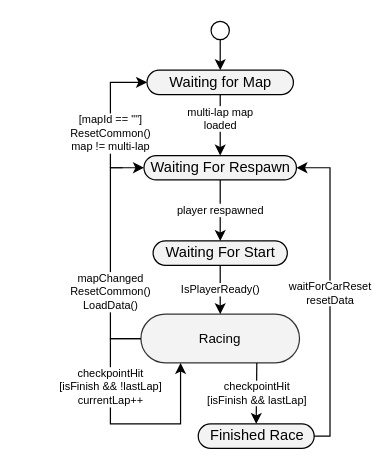
Before: diagrams/drawio/state_machine.drawio in nolanvargas/Weekly-Grand-Splits, a draw.io diagram. Source tidied: cells renumbered, new cells numbered last; positions are measured from the earlier drawing's top-left corner, leaving out a move shared by most shapes. Both pictures are drawn from the tidied source at 122%, with x=0, y=0 at pixel (110, 21).
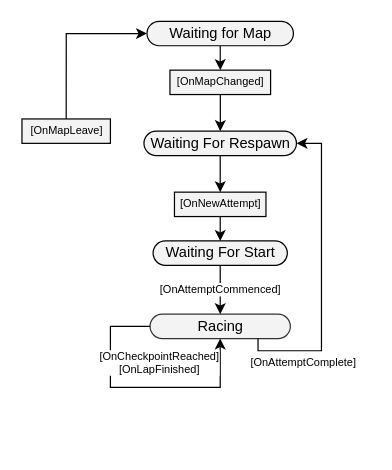
The same diagram, later.

The change refers to these unchanged cells:
```xml
<mxCell id="14" value="Waiting For Start" style="html=1;dashed=0;whitespace=wrap;shape=mxgraph.dfd.start;fillColor=#F3F3F3;" parent="1" vertex="1">
  <mxGeometry x="35" y="180" width="110" height="20" as="geometry" />
</mxCell>
```

The edit, as a diff of the source:
```diff
@@
-    <mxCell id="2" value="&lt;span style=&quot;font-weight: normal;&quot;&gt;Racing&lt;/span&gt;" style="rounded=1;whiteSpace=wrap;html=1;arcSize=50;fillColor=#f3f3f3;strokeColor=#333333;fontFamily=Helvetica;fontSize=11;fontStyle=1;" parent="1" vertex="1">
-      <mxGeometry x="25" y="240" width="130" height="40" as="geometry" />
+    <mxCell id="2" value="&lt;span style=&quot;font-weight: normal;&quot;&gt;Racing&lt;/span&gt;" style="rounded=1;whiteSpace=wrap;html=1;arcSize=50;fillColor=#f3f3f3;strokeColor=#333333;fontFamily=Helvetica;fontSize=12;fontStyle=1;" parent="1" vertex="1">
+      <mxGeometry x="32.5" y="240" width="115" height="20" as="geometry" />
     </mxCell>
-    <mxCell id="3" style="rounded=0;jettySize=auto;html=1;fontSize=9;fontFamily=Helvetica;exitX=0.5;exitY=1;exitDx=0;exitDy=0;entryX=0.5;entryY=0.5;entryDx=0;entryDy=-10;entryPerimeter=0;" parent="1" edge="1" source="11" target="12">
-      <mxGeometry relative="1" as="geometry" />
-    </mxCell>
-    <mxCell id="4" value="multi-lap map&lt;div&gt;loaded&lt;/div&gt;" style="rounded=0;jettySize=auto;html=1;fontSize=9;fontFamily=Helvetica;exitX=0.5;exitY=0.5;exitDx=0;exitDy=10;exitPerimeter=0;entryX=0.5;entryY=0.5;entryDx=0;entryDy=-10;entryPerimeter=0;startArrow=none;startFill=0;" parent="1" edge="1" source="12" target="13">
+    <mxCell id="4" style="rounded=0;jettySize=auto;html=1;fontSize=9;fontFamily=Helvetica;exitX=0.5;exitY=0.5;exitDx=0;exitDy=10;exitPerimeter=0;entryX=0.5;entryY=0;entryDx=0;entryDy=0;startArrow=none;startFill=0;" parent="1" edge="1" source="12" target="20">
       <mxGeometry x="-0.2" relative="1" as="geometry" />
     </mxCell>
-    <mxCell id="5" value="IsPlayerReady()" style="rounded=0;jettySize=auto;html=1;fontSize=9;fontFamily=Helvetica;exitX=0.5;exitY=0.5;exitDx=0;exitDy=10;exitPerimeter=0;" parent="1" edge="1" source="14" target="2">
+    <mxCell id="5" value="[OnAttemptCommenced]" style="rounded=0;jettySize=auto;html=1;fontSize=9;fontFamily=Helvetica;exitX=0.5;exitY=0.5;exitDx=0;exitDy=10;exitPerimeter=0;" parent="1" edge="1" source="14" target="2">
       <mxGeometry relative="1" as="geometry" />
     </mxCell>
-    <mxCell id="6" value="checkpointHit&lt;div&gt;[isFinish &amp;amp;&amp;amp; !lastLap]&lt;div&gt;currentLap++&lt;/div&gt;&lt;/div&gt;" style="rounded=0;orthogonalLoop=1;jettySize=auto;html=1;fontSize=9;fontFamily=Helvetica;exitX=0;exitY=0.5;exitDx=0;exitDy=0;edgeStyle=orthogonalEdgeStyle;entryX=0.25;entryY=1;entryDx=0;entryDy=0;" parent="1" edge="1" source="2" target="2">
-      <mxGeometry x="-0.36" relative="1" as="geometry">
+    <mxCell id="6" value="[OnCheckpointReached]&lt;div&gt;[OnLapFinished]&lt;/div&gt;" style="rounded=0;orthogonalLoop=1;jettySize=auto;html=1;fontSize=9;fontFamily=Helvetica;exitX=0;exitY=0.5;exitDx=0;exitDy=0;edgeStyle=orthogonalEdgeStyle;entryX=0.5;entryY=1;entryDx=0;entryDy=0;" parent="1" edge="1" source="2" target="2">
+      <mxGeometry x="0.15" y="20" relative="1" as="geometry">
         <Array as="points">
-          <mxPoint y="260" />
-          <mxPoint y="330" />
-          <mxPoint x="58" y="330" />
-          <mxPoint x="58" y="280" />
+          <mxPoint y="250" />
+          <mxPoint y="300" />
+          <mxPoint x="90" y="300" />
         </Array>
       </mxGeometry>
     </mxCell>
-    <mxCell id="7" value="checkpointHit&lt;div&gt;[isFinish &amp;amp;&amp;amp; lastLap]&lt;/div&gt;" style="rounded=0;jettySize=auto;html=1;fontSize=9;fontFamily=Helvetica;entryX=0.5;entryY=0.5;entryDx=0;entryDy=-10;entryPerimeter=0;" parent="1" edge="1" target="15">
-      <mxGeometry relative="1" as="geometry">
-        <mxPoint x="120" y="280" as="sourcePoint" />
+    <mxCell id="7" value="[OnAttemptComplete]" style="rounded=0;jettySize=auto;html=1;fontSize=9;fontFamily=Helvetica;entryX=1;entryY=0.5;entryDx=0;entryDy=0;entryPerimeter=0;edgeStyle=orthogonalEdgeStyle;" parent="1" edge="1" target="13">
+      <mxGeometry x="-0.63" y="-10" relative="1" as="geometry">
+        <mxPoint x="121" y="260" as="sourcePoint" />
+        <Array as="points">
+          <mxPoint x="121" y="270" />
+          <mxPoint x="173" y="270" />
+          <mxPoint x="173" y="100" />
+        </Array>
       </mxGeometry>
     </mxCell>
-    <mxCell id="8" value="waitForCarReset&lt;div&gt;resetData&lt;/div&gt;" style="rounded=0;jettySize=auto;html=1;fontSize=9;fontFamily=Helvetica;exitX=1;exitY=0.5;exitDx=0;exitDy=0;entryX=1;entryY=0.5;entryDx=0;entryDy=0;exitPerimeter=0;entryPerimeter=0;edgeStyle=orthogonalEdgeStyle;" parent="1" edge="1" source="15" target="13">
-      <mxGeometry relative="1" as="geometry">
-        <Array as="points">
-          <mxPoint x="180" y="340" />
-          <mxPoint x="180" y="120" />
-        </Array>
-      </mxGeometry>
-    </mxCell>
-    <mxCell id="9" value="[mapId == &quot;&quot;]&lt;div&gt;ResetCommon()&lt;/div&gt;&lt;div&gt;map != multi-lap&lt;/div&gt;" style="rounded=0;jettySize=auto;html=1;fontSize=9;fontFamily=Helvetica;entryX=0;entryY=0.5;entryDx=0;entryDy=0;entryPerimeter=0;edgeStyle=orthogonalEdgeStyle;" parent="1" edge="1" target="12">
-      <mxGeometry x="-0.31" relative="1" as="geometry">
-        <mxPoint x="10" y="120" as="sourcePoint" />
+    <mxCell id="9" style="rounded=0;jettySize=auto;html=1;fontSize=9;fontFamily=Helvetica;entryX=0;entryY=0.5;entryDx=0;entryDy=0;entryPerimeter=0;edgeStyle=orthogonalEdgeStyle;exitX=0.5;exitY=0;exitDx=0;exitDy=0;" parent="1" edge="1" source="17" target="12">
+      <mxGeometry x="-0.09" relative="1" as="geometry">
         <Array as="points">
-          <mxPoint y="120" />
-          <mxPoint y="50" />
+          <mxPoint x="-36" y="10" />
         </Array>
       </mxGeometry>
     </mxCell>
-    <mxCell id="10" value="mapChanged&lt;div&gt;ResetCommon()&lt;/div&gt;&lt;div&gt;LoadData()&lt;/div&gt;" style="rounded=0;jettySize=auto;html=1;fontSize=9;fontFamily=Helvetica;exitX=0;exitY=0.5;exitDx=0;exitDy=0;entryX=0;entryY=0.5;entryDx=0;entryDy=0;entryPerimeter=0;edgeStyle=orthogonalEdgeStyle;" parent="1" edge="1" source="2" target="13">
-      <mxGeometry x="-0.35" relative="1" as="geometry">
-        <Array as="points">
-          <mxPoint y="260" />
-          <mxPoint y="120" />
-        </Array>
-      </mxGeometry>
-    </mxCell>
-    <mxCell id="11" style="ellipse;whiteSpace=wrap;html=1;fillColor=none;" parent="1" vertex="1">
-      <mxGeometry x="82.5" width="15" height="15" as="geometry" />
-    </mxCell>
     <mxCell id="12" value="Waiting for Map" style="html=1;dashed=0;whitespace=wrap;shape=mxgraph.dfd.start;fillColor=#F3F3F3;" parent="1" vertex="1">
-      <mxGeometry x="30" y="40" width="120" height="20" as="geometry" />
+      <mxGeometry x="30" width="120" height="20" as="geometry" />
     </mxCell>
     <mxCell id="13" value="Waiting For Respawn" style="html=1;dashed=0;whitespace=wrap;shape=mxgraph.dfd.start;fillColor=#F3F3F3;" parent="1" vertex="1">
-      <mxGeometry x="27.5" y="110" width="125" height="20" as="geometry" />
+      <mxGeometry x="27.5" y="90" width="125" height="20" as="geometry" />
     </mxCell>
@@
-    <mxCell id="15" value="Finished Race" style="html=1;dashed=0;whitespace=wrap;shape=mxgraph.dfd.start;fillColor=#F3F3F3;" parent="1" vertex="1">
-      <mxGeometry x="72" y="330" width="95" height="20" as="geometry" />
-    </mxCell>
-    <mxCell id="16" value="player respawned" style="edgeStyle=orthogonalEdgeStyle;rounded=0;jettySize=auto;html=1;entryX=0.5;entryY=0.5;entryDx=0;entryDy=-10;entryPerimeter=0;startArrow=none;startFill=0;fontSize=9;" parent="1" edge="1" source="13" target="14">
-      <mxGeometry relative="1" as="geometry" />
+    <mxCell id="16" style="edgeStyle=orthogonalEdgeStyle;rounded=0;jettySize=auto;html=1;entryX=0.5;entryY=0;entryDx=0;entryDy=0;startArrow=none;startFill=0;fontSize=9;exitX=0.5;exitY=0.5;exitDx=0;exitDy=10;exitPerimeter=0;" parent="1" edge="1" source="13" target="18">
+      <mxGeometry x="0.01" relative="1" as="geometry" />
     </mxCell>
+    <mxCell id="17" value="[OnMapLeave]" style="rounded=0;whiteSpace=wrap;html=1;fillColor=#F3F3F3;fontSize=9;" parent="1" vertex="1">
+      <mxGeometry x="-72.5" y="80" width="72.5" height="20" as="geometry" />
+    </mxCell>
+    <mxCell id="18" value="[OnNewAttempt]" style="rounded=0;whiteSpace=wrap;html=1;fillColor=#F3F3F3;fontSize=9;" parent="1" vertex="1">
+      <mxGeometry x="52.5" y="140" width="75" height="20" as="geometry" />
+    </mxCell>
+    <mxCell id="19" style="edgeStyle=orthogonalEdgeStyle;rounded=0;jettySize=auto;html=1;" parent="1" edge="1" source="18">
+      <mxGeometry relative="1" as="geometry">
+        <mxPoint x="90" y="180" as="targetPoint" />
+        <Array as="points">
+          <mxPoint x="90" y="180" />
+        </Array>
+      </mxGeometry>
+    </mxCell>
+    <mxCell id="20" value="[OnMapChanged]" style="rounded=0;whiteSpace=wrap;html=1;fillColor=#F3F3F3;fontSize=9;" parent="1" vertex="1">
+      <mxGeometry x="48.8" y="40" width="82.5" height="20" as="geometry" />
+    </mxCell>
+    <mxCell id="21" style="edgeStyle=orthogonalEdgeStyle;rounded=0;jettySize=auto;html=1;entryX=0.5;entryY=0.5;entryDx=0;entryDy=-10;entryPerimeter=0;" parent="1" edge="1" source="20" target="13">
+      <mxGeometry relative="1" as="geometry" />
+    </mxCell>
```
